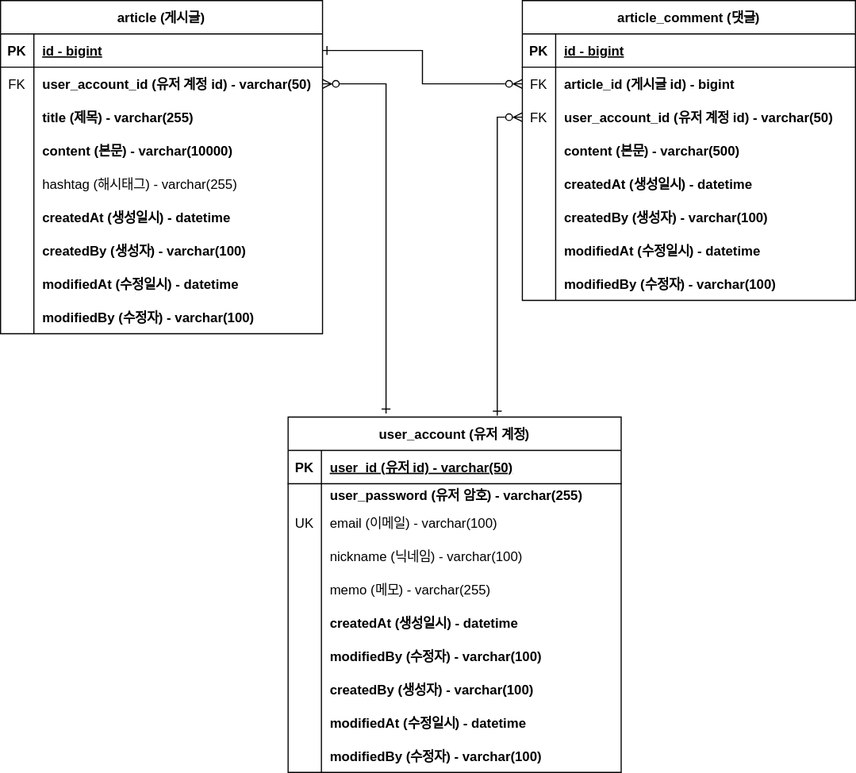
This is document/project-board-erd.svg from ekslffh/fc-project-board, a draw.io export, as it was before one commit. Source tidied: cells renumbered, new cells last; positions are measured from the earlier drawing's top-left corner, leaving out a move shared by most shapes.
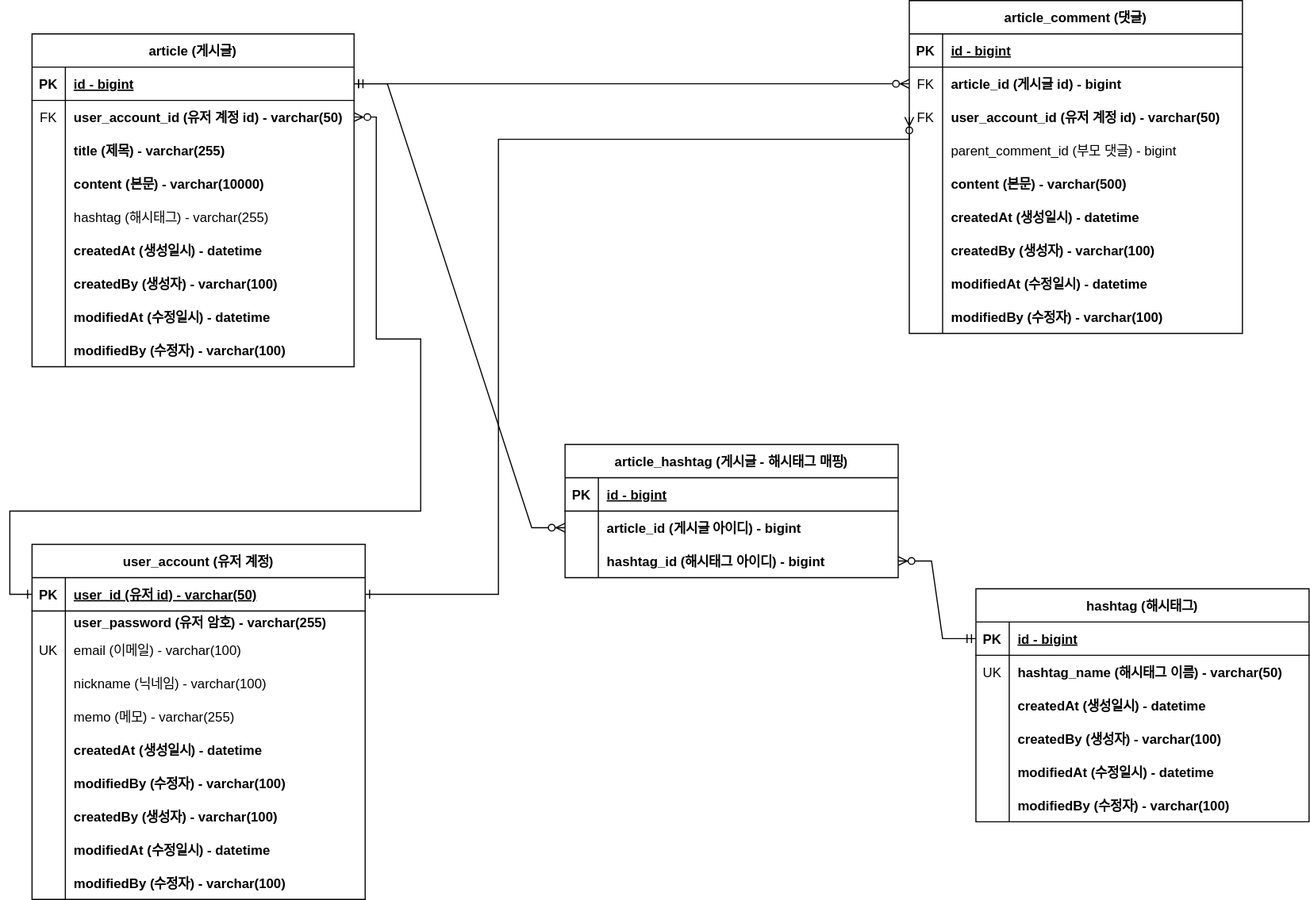
The same file after the commit.

Commit message:
#57 - 대댓글, 해시태그 추가

Diff of the diagram source:
```diff
@@ -3,7 +3,7 @@
     <mxCell id="0" />
     <mxCell id="1" parent="0" />
     <mxCell id="2" value="article (게시글)" style="shape=table;startSize=30;rowLines=0;fontStyle=1;align=center;" parent="1" vertex="1">
-      <mxGeometry width="290" height="300" as="geometry" />
+      <mxGeometry x="60" y="25" width="290" height="300" as="geometry" />
     </mxCell>
     <mxCell id="3" style="shape=partialRectangle;fillColor=none;points=[[0,0.5],[1,0.5]];portConstraint=eastwest;top=0;left=0;right=0;bottom=1;" parent="2" vertex="1">
       <mxGeometry y="30" width="290" height="30" as="geometry" />
@@ -87,7 +87,7 @@
       <mxGeometry x="30" width="260" height="30" as="geometry" />
     </mxCell>
     <mxCell id="30" value="article_comment (댓글)" style="shape=table;startSize=30;rowLines=0;fontStyle=1;align=center;" parent="1" vertex="1">
-      <mxGeometry x="470" width="300" height="270" as="geometry" />
+      <mxGeometry x="850" y="-5" width="300" height="300" as="geometry" />
     </mxCell>
     <mxCell id="31" style="shape=partialRectangle;fillColor=none;top=0;left=0;right=0;bottom=1;" parent="30" vertex="1">
       <mxGeometry y="30" width="300" height="30" as="geometry" />
@@ -116,8 +116,17 @@
     <mxCell id="39" value="user_account_id (유저 계정 id) - varchar(50)" style="shape=partialRectangle;overflow=hidden;fillColor=none;top=0;left=0;bottom=0;right=0;align=left;spacingLeft=6;fontStyle=1;" parent="37" vertex="1">
       <mxGeometry x="30" width="270" height="30" as="geometry" />
     </mxCell>
+    <mxCell id="89" style="shape=partialRectangle;fillColor=none;top=0;left=0;right=0;bottom=0;" parent="30" vertex="1">
+      <mxGeometry y="120" width="300" height="30" as="geometry" />
+    </mxCell>
+    <mxCell id="90" style="shape=partialRectangle;overflow=hidden;fillColor=none;top=0;left=0;bottom=0;right=0;" parent="89" vertex="1">
+      <mxGeometry width="30" height="30" as="geometry" />
+    </mxCell>
+    <mxCell id="91" value="parent_comment_id (부모 댓글) - bigint" style="shape=partialRectangle;overflow=hidden;fillColor=none;top=0;left=0;bottom=0;right=0;align=left;spacingLeft=6;fontStyle=0;" parent="89" vertex="1">
+      <mxGeometry x="30" width="270" height="30" as="geometry" />
+    </mxCell>
     <mxCell id="40" style="shape=partialRectangle;fillColor=none;top=0;left=0;right=0;bottom=0;" parent="30" vertex="1">
-      <mxGeometry y="120" width="300" height="30" as="geometry" />
+      <mxGeometry y="150" width="300" height="30" as="geometry" />
     </mxCell>
     <mxCell id="41" style="shape=partialRectangle;overflow=hidden;fillColor=none;top=0;left=0;bottom=0;right=0;" parent="40" vertex="1">
       <mxGeometry width="30" height="30" as="geometry" />
@@ -126,7 +135,7 @@
       <mxGeometry x="30" width="270" height="30" as="geometry" />
     </mxCell>
     <mxCell id="43" style="shape=partialRectangle;fillColor=none;top=0;left=0;right=0;bottom=0;" parent="30" vertex="1">
-      <mxGeometry y="150" width="300" height="30" as="geometry" />
+      <mxGeometry y="180" width="300" height="30" as="geometry" />
     </mxCell>
     <mxCell id="44" style="shape=partialRectangle;overflow=hidden;fillColor=none;top=0;left=0;bottom=0;right=0;" parent="43" vertex="1">
       <mxGeometry width="30" height="30" as="geometry" />
@@ -135,7 +144,7 @@
       <mxGeometry x="30" width="270" height="30" as="geometry" />
     </mxCell>
     <mxCell id="46" style="shape=partialRectangle;fillColor=none;top=0;left=0;right=0;bottom=0;" parent="30" vertex="1">
-      <mxGeometry y="180" width="300" height="30" as="geometry" />
+      <mxGeometry y="210" width="300" height="30" as="geometry" />
     </mxCell>
     <mxCell id="47" style="shape=partialRectangle;overflow=hidden;fillColor=none;top=0;left=0;bottom=0;right=0;" parent="46" vertex="1">
       <mxGeometry width="30" height="30" as="geometry" />
@@ -144,7 +153,7 @@
       <mxGeometry x="30" width="270" height="30" as="geometry" />
     </mxCell>
     <mxCell id="49" style="shape=partialRectangle;fillColor=none;top=0;left=0;right=0;bottom=0;" parent="30" vertex="1">
-      <mxGeometry y="210" width="300" height="30" as="geometry" />
+      <mxGeometry y="240" width="300" height="30" as="geometry" />
     </mxCell>
     <mxCell id="50" style="shape=partialRectangle;overflow=hidden;fillColor=none;top=0;left=0;bottom=0;right=0;" parent="49" vertex="1">
       <mxGeometry width="30" height="30" as="geometry" />
@@ -153,7 +162,7 @@
       <mxGeometry x="30" width="270" height="30" as="geometry" />
     </mxCell>
     <mxCell id="52" style="shape=partialRectangle;fillColor=none;top=0;left=0;right=0;bottom=0;" parent="30" vertex="1">
-      <mxGeometry y="240" width="300" height="30" as="geometry" />
+      <mxGeometry y="270" width="300" height="30" as="geometry" />
     </mxCell>
     <mxCell id="53" style="shape=partialRectangle;overflow=hidden;fillColor=none;top=0;left=0;bottom=0;right=0;" parent="52" vertex="1">
       <mxGeometry width="30" height="30" as="geometry" />
@@ -162,7 +171,7 @@
       <mxGeometry x="30" width="270" height="30" as="geometry" />
     </mxCell>
     <mxCell id="55" value="user_account (유저 계정)" style="shape=table;startSize=30;rowLines=0;fontStyle=1;align=center;" parent="1" vertex="1">
-      <mxGeometry x="259" y="375" width="300" height="320" as="geometry" />
+      <mxGeometry x="60" y="485" width="300" height="320" as="geometry" />
     </mxCell>
     <mxCell id="56" style="shape=partialRectangle;fillColor=none;points=[[0,0.5],[1,0.5]];portConstraint=eastwest;top=0;left=0;right=0;bottom=1;" parent="55" vertex="1">
       <mxGeometry y="30" width="300" height="30" as="geometry" />
@@ -257,11 +266,122 @@
     <mxCell id="86" style="edgeStyle=orthogonalEdgeStyle;rounded=0;jettySize=auto;html=1;entryX=1;entryY=0.5;entryDx=0;entryDy=0;startArrow=ERzeroToMany;startFill=0;endArrow=ERone;endFill=0;" parent="1" edge="1" source="34" target="3">
       <mxGeometry relative="1" as="geometry" />
     </mxCell>
-    <mxCell id="87" style="edgeStyle=orthogonalEdgeStyle;rounded=0;jettySize=auto;html=1;entryX=0.628;entryY=-0.004;entryDx=0;entryDy=0;entryPerimeter=0;endArrow=ERone;endFill=0;startArrow=ERzeroToMany;startFill=0;" parent="1" edge="1" source="37" target="55">
-      <mxGeometry relative="1" as="geometry" />
+    <mxCell id="87" style="edgeStyle=orthogonalEdgeStyle;rounded=0;jettySize=auto;html=1;endArrow=ERone;endFill=0;startArrow=ERzeroToMany;startFill=0;exitX=0;exitY=0.5;exitDx=0;exitDy=0;" parent="1" edge="1" source="37" target="56">
+      <mxGeometry relative="1" as="geometry">
+        <Array as="points">
+          <mxPoint x="480" y="120" />
+          <mxPoint x="480" y="530" />
+        </Array>
+      </mxGeometry>
     </mxCell>
-    <mxCell id="88" style="edgeStyle=orthogonalEdgeStyle;rounded=0;jettySize=auto;html=1;entryX=0.294;entryY=-0.01;entryDx=0;entryDy=0;entryPerimeter=0;endArrow=ERone;endFill=0;startArrow=ERzeroToMany;startFill=0;" parent="1" edge="1" source="6" target="55">
-      <mxGeometry relative="1" as="geometry" />
+    <mxCell id="88" style="edgeStyle=orthogonalEdgeStyle;rounded=0;jettySize=auto;html=1;endArrow=ERone;endFill=0;startArrow=ERzeroToMany;startFill=0;entryX=0;entryY=0.5;entryDx=0;entryDy=0;" parent="1" edge="1" source="6" target="56">
+      <mxGeometry relative="1" as="geometry">
+        <Array as="points">
+          <mxPoint x="370" y="100" />
+          <mxPoint x="370" y="300" />
+          <mxPoint x="410" y="300" />
+          <mxPoint x="410" y="455" />
+          <mxPoint x="40" y="455" />
+          <mxPoint x="40" y="530" />
+        </Array>
+      </mxGeometry>
     </mxCell>
+    <mxCell id="92" value="hashtag (해시태그)" style="shape=table;startSize=30;rowLines=0;fontStyle=1;align=center;" parent="1" vertex="1">
+      <mxGeometry x="910" y="525" width="300" height="210" as="geometry" />
+    </mxCell>
+    <mxCell id="93" style="shape=partialRectangle;fillColor=none;points=[[0,0.5],[1,0.5]];portConstraint=eastwest;top=0;left=0;right=0;bottom=1;" parent="92" vertex="1">
+      <mxGeometry y="30" width="300" height="30" as="geometry" />
+    </mxCell>
+    <mxCell id="94" value="PK" style="shape=partialRectangle;overflow=hidden;fillColor=none;top=0;left=0;bottom=0;right=0;fontStyle=1;" parent="93" vertex="1">
+      <mxGeometry width="30" height="30" as="geometry" />
+    </mxCell>
+    <mxCell id="95" value="id - bigint" style="shape=partialRectangle;overflow=hidden;fillColor=none;top=0;left=0;bottom=0;right=0;align=left;spacingLeft=6;fontStyle=5;" parent="93" vertex="1">
+      <mxGeometry x="30" width="270" height="30" as="geometry" />
+    </mxCell>
+    <mxCell id="96" style="shape=partialRectangle;fillColor=none;top=0;left=0;right=0;bottom=0;" parent="92" vertex="1">
+      <mxGeometry y="60" width="300" height="30" as="geometry" />
+    </mxCell>
+    <mxCell id="97" value="UK" style="shape=partialRectangle;overflow=hidden;fillColor=none;top=0;left=0;bottom=0;right=0;" parent="96" vertex="1">
+      <mxGeometry width="30" height="30" as="geometry" />
+    </mxCell>
+    <mxCell id="98" value="hashtag_name (해시태그 이름) - varchar(50)" style="shape=partialRectangle;overflow=hidden;fillColor=none;top=0;left=0;bottom=0;right=0;align=left;spacingLeft=6;fontStyle=1;" parent="96" vertex="1">
+      <mxGeometry x="30" width="270" height="30" as="geometry" />
+    </mxCell>
+    <mxCell id="99" style="shape=partialRectangle;fillColor=none;top=0;left=0;right=0;bottom=0;" parent="92" vertex="1">
+      <mxGeometry y="90" width="300" height="30" as="geometry" />
+    </mxCell>
+    <mxCell id="100" style="shape=partialRectangle;overflow=hidden;fillColor=none;top=0;left=0;bottom=0;right=0;" parent="99" vertex="1">
+      <mxGeometry width="30" height="30" as="geometry" />
+    </mxCell>
+    <mxCell id="101" value="createdAt (생성일시) - datetime" style="shape=partialRectangle;overflow=hidden;fillColor=none;top=0;left=0;bottom=0;right=0;align=left;spacingLeft=6;fontStyle=1;" parent="99" vertex="1">
+      <mxGeometry x="30" width="270" height="30" as="geometry" />
+    </mxCell>
+    <mxCell id="102" style="shape=partialRectangle;fillColor=none;top=0;left=0;right=0;bottom=0;" parent="92" vertex="1">
+      <mxGeometry y="120" width="300" height="30" as="geometry" />
+    </mxCell>
+    <mxCell id="103" style="shape=partialRectangle;overflow=hidden;fillColor=none;top=0;left=0;bottom=0;right=0;" parent="102" vertex="1">
+      <mxGeometry width="30" height="30" as="geometry" />
+    </mxCell>
+    <mxCell id="104" value="createdBy (생성자) - varchar(100)" style="shape=partialRectangle;overflow=hidden;fillColor=none;top=0;left=0;bottom=0;right=0;align=left;spacingLeft=6;fontStyle=1;" parent="102" vertex="1">
+      <mxGeometry x="30" width="270" height="30" as="geometry" />
+    </mxCell>
+    <mxCell id="105" style="shape=partialRectangle;fillColor=none;top=0;left=0;right=0;bottom=0;" parent="92" vertex="1">
+      <mxGeometry y="150" width="300" height="30" as="geometry" />
+    </mxCell>
+    <mxCell id="106" style="shape=partialRectangle;overflow=hidden;fillColor=none;top=0;left=0;bottom=0;right=0;" parent="105" vertex="1">
+      <mxGeometry width="30" height="30" as="geometry" />
+    </mxCell>
+    <mxCell id="107" value="modifiedAt (수정일시) - datetime" style="shape=partialRectangle;overflow=hidden;fillColor=none;top=0;left=0;bottom=0;right=0;align=left;spacingLeft=6;fontStyle=1;" parent="105" vertex="1">
+      <mxGeometry x="30" width="270" height="30" as="geometry" />
+    </mxCell>
+    <mxCell id="108" style="shape=partialRectangle;fillColor=none;top=0;left=0;right=0;bottom=0;" parent="92" vertex="1">
+      <mxGeometry y="180" width="300" height="30" as="geometry" />
+    </mxCell>
+    <mxCell id="109" style="shape=partialRectangle;overflow=hidden;fillColor=none;top=0;left=0;bottom=0;right=0;" parent="108" vertex="1">
+      <mxGeometry width="30" height="30" as="geometry" />
+    </mxCell>
+    <mxCell id="110" value="modifiedBy (수정자) - varchar(100)" style="shape=partialRectangle;overflow=hidden;fillColor=none;top=0;left=0;bottom=0;right=0;align=left;spacingLeft=6;fontStyle=1;" parent="108" vertex="1">
+      <mxGeometry x="30" width="270" height="30" as="geometry" />
+    </mxCell>
+    <mxCell id="111" value="article_hashtag (게시글 - 해시태그 매핑)" style="shape=table;startSize=30;rowLines=0;fontStyle=1;align=center;" parent="1" vertex="1">
+      <mxGeometry x="540" y="395" width="300" height="120" as="geometry" />
+    </mxCell>
+    <mxCell id="112" style="shape=partialRectangle;fillColor=none;top=0;left=0;right=0;bottom=1;" parent="111" vertex="1">
+      <mxGeometry y="30" width="300" height="30" as="geometry" />
+    </mxCell>
+    <mxCell id="113" value="PK" style="shape=partialRectangle;overflow=hidden;fillColor=none;top=0;left=0;bottom=0;right=0;fontStyle=1;" parent="112" vertex="1">
+      <mxGeometry width="30" height="30" as="geometry" />
+    </mxCell>
+    <mxCell id="114" value="id - bigint" style="shape=partialRectangle;overflow=hidden;fillColor=none;top=0;left=0;bottom=0;right=0;align=left;spacingLeft=6;fontStyle=5;" parent="112" vertex="1">
+      <mxGeometry x="30" width="270" height="30" as="geometry" />
+    </mxCell>
+    <mxCell id="115" style="shape=partialRectangle;fillColor=none;points=[[0,0.5],[1,0.5]];portConstraint=eastwest;top=0;left=0;right=0;bottom=0;" parent="111" vertex="1">
+      <mxGeometry y="60" width="300" height="30" as="geometry" />
+    </mxCell>
+    <mxCell id="116" style="shape=partialRectangle;overflow=hidden;fillColor=none;top=0;left=0;bottom=0;right=0;" parent="115" vertex="1">
+      <mxGeometry width="30" height="30" as="geometry" />
+    </mxCell>
+    <mxCell id="117" value="article_id (게시글 아이디) - bigint" style="shape=partialRectangle;overflow=hidden;fillColor=none;top=0;left=0;bottom=0;right=0;align=left;spacingLeft=6;fontStyle=1;" parent="115" vertex="1">
+      <mxGeometry x="30" width="270" height="30" as="geometry" />
+    </mxCell>
+    <mxCell id="118" style="shape=partialRectangle;fillColor=none;points=[[0,0.5],[1,0.5]];portConstraint=eastwest;top=0;left=0;right=0;bottom=0;" parent="111" vertex="1">
+      <mxGeometry y="90" width="300" height="30" as="geometry" />
+    </mxCell>
+    <mxCell id="119" style="shape=partialRectangle;overflow=hidden;fillColor=none;top=0;left=0;bottom=0;right=0;" parent="118" vertex="1">
+      <mxGeometry width="30" height="30" as="geometry" />
+    </mxCell>
+    <mxCell id="120" value="hashtag_id (해시태그 아이디) - bigint" style="shape=partialRectangle;overflow=hidden;fillColor=none;top=0;left=0;bottom=0;right=0;align=left;spacingLeft=6;fontStyle=1;" parent="118" vertex="1">
+      <mxGeometry x="30" width="270" height="30" as="geometry" />
+    </mxCell>
+    <mxCell id="121" style="edgeStyle=entityRelationEdgeStyle;fontSize=12;html=1;endArrow=ERzeroToMany;startArrow=ERmandOne;rounded=0;entryX=0;entryY=0.5;entryDx=0;entryDy=0;" parent="1" edge="1" source="3" target="115">
+      <mxGeometry relative="1" as="geometry">
+        <Array as="points">
+          <mxPoint x="470" y="255" />
+        </Array>
+      </mxGeometry>
+    </mxCell>
+    <mxCell id="122" style="edgeStyle=entityRelationEdgeStyle;fontSize=12;html=1;endArrow=ERzeroToMany;startArrow=ERmandOne;rounded=0;exitX=0;exitY=0.5;exitDx=0;exitDy=0;entryX=1;entryY=0.5;entryDx=0;entryDy=0;" parent="1" edge="1" source="93" target="118">
+      <mxGeometry relative="1" as="geometry" />
+    </mxCell>
   </root>
 </mxGraphModel>
```
